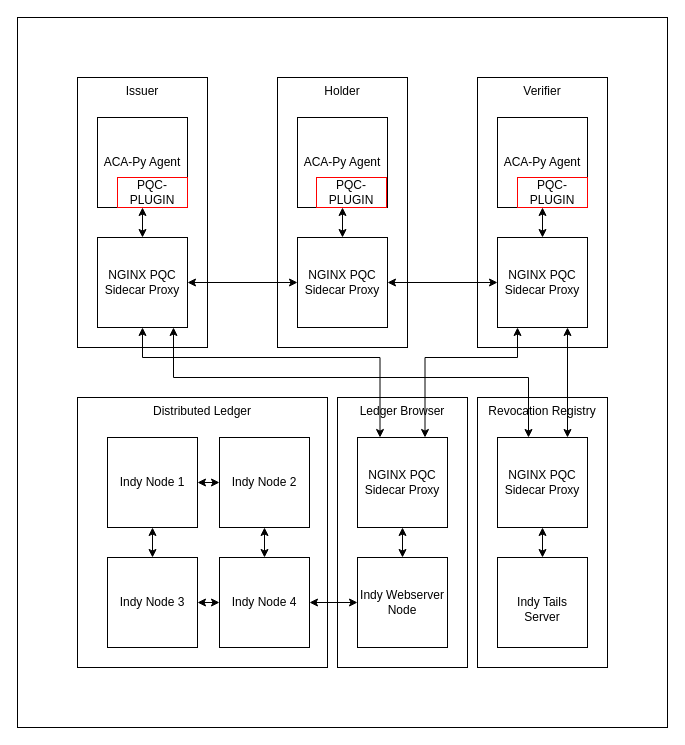
Above: abbildungen/Gesamtarchitektur_Iteration2.drawio in Rotot3x/MSc-Master-Thesis (draw.io), before the change. Source tidied: cells renumbered, new cells numbered last; positions are measured from the earlier drawing's top-left corner, leaving out a move shared by most shapes. Both pictures are drawn from the tidied source at 100%, with x=0, y=0 at pixel (17, 17).
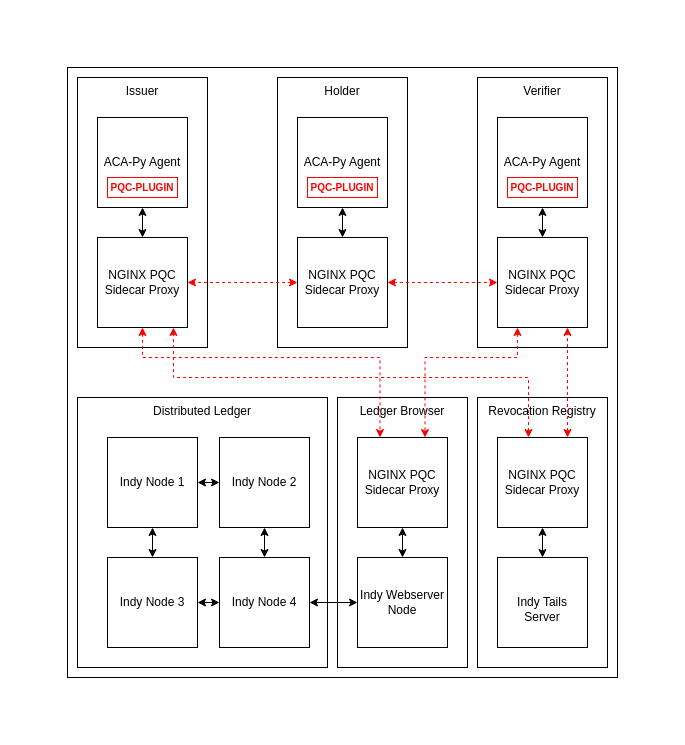
After the change.

Unchanged cells that the change refers to:
```xml
<mxCell id="17" value="NGINX PQC Sidecar Proxy" style="whiteSpace=wrap;html=1;" parent="1" vertex="1">
  <mxGeometry x="80" y="220" width="90" height="90" as="geometry" />
</mxCell>
<mxCell id="22" value="&lt;div&gt;NGINX PQC&lt;/div&gt;&lt;div&gt;Sidecar Proxy&lt;/div&gt;" style="whiteSpace=wrap;html=1;" parent="1" vertex="1">
  <mxGeometry x="480" y="220" width="90" height="90" as="geometry" />
</mxCell>
<mxCell id="28" value="&lt;div&gt;NGINX PQC&lt;/div&gt;&lt;div&gt;Sidecar Proxy&lt;/div&gt;" style="whiteSpace=wrap;html=1;" parent="1" vertex="1">
  <mxGeometry x="280" y="220" width="90" height="90" as="geometry" />
</mxCell>
<mxCell id="38" value="&lt;div&gt;NGINX PQC&lt;/div&gt;&lt;div&gt;Sidecar Proxy&lt;/div&gt;" style="whiteSpace=wrap;html=1;" parent="1" vertex="1">
  <mxGeometry x="340" y="420" width="90" height="90" as="geometry" />
</mxCell>
```

Diff of the diagram source:
```diff
@@
     <mxCell id="2" style="rounded=0;whiteSpace=wrap;html=1;" parent="1" vertex="1">
-      <mxGeometry width="650" height="710" as="geometry" />
+      <mxGeometry x="50" y="50" width="550" height="610" as="geometry" />
     </mxCell>
@@
-    <mxCell id="16" style="edgeStyle=orthogonalEdgeStyle;rounded=0;jettySize=auto;html=1;exitX=0.5;exitY=1;exitDx=0;exitDy=0;entryX=0.25;entryY=0;entryDx=0;entryDy=0;startArrow=classic;startFill=1;" parent="1" edge="1" source="17" target="38">
+    <mxCell id="16" style="edgeStyle=orthogonalEdgeStyle;rounded=0;jettySize=auto;html=1;exitX=0.5;exitY=1;exitDx=0;exitDy=0;entryX=0.25;entryY=0;entryDx=0;entryDy=0;startArrow=classic;startFill=1;dashed=1;strokeColor=#FF0000;" parent="1" edge="1" source="17" target="38">
       <mxGeometry relative="1" as="geometry">
         <Array as="points">
           <mxPoint x="125" y="340" />
           <mxPoint x="363" y="340" />
         </Array>
       </mxGeometry>
     </mxCell>
@@
-    <mxCell id="21" style="edgeStyle=orthogonalEdgeStyle;rounded=0;jettySize=auto;html=1;entryX=0.75;entryY=0;entryDx=0;entryDy=0;startArrow=classic;startFill=1;" parent="1" edge="1" source="22" target="38">
+    <mxCell id="21" style="edgeStyle=orthogonalEdgeStyle;rounded=0;jettySize=auto;html=1;entryX=0.75;entryY=0;entryDx=0;entryDy=0;startArrow=classic;startFill=1;dashed=1;strokeColor=#FF0000;" parent="1" edge="1" source="22" target="38">
       <mxGeometry relative="1" as="geometry">
         <Array as="points">
           <mxPoint x="500" y="340" />
           <mxPoint x="407" y="340" />
         </Array>
       </mxGeometry>
     </mxCell>
@@
-    <mxCell id="26" style="edgeStyle=orthogonalEdgeStyle;rounded=0;jettySize=auto;html=1;entryX=1;entryY=0.5;entryDx=0;entryDy=0;startArrow=classic;startFill=1;" parent="1" edge="1" source="28" target="17">
+    <mxCell id="26" style="edgeStyle=orthogonalEdgeStyle;rounded=0;jettySize=auto;html=1;entryX=1;entryY=0.5;entryDx=0;entryDy=0;startArrow=classic;startFill=1;dashed=1;strokeColor=#FF0000;" parent="1" edge="1" source="28" target="17">
       <mxGeometry relative="1" as="geometry" />
     </mxCell>
-    <mxCell id="27" style="edgeStyle=orthogonalEdgeStyle;rounded=0;jettySize=auto;html=1;exitX=1;exitY=0.5;exitDx=0;exitDy=0;entryX=0;entryY=0.5;entryDx=0;entryDy=0;startArrow=classic;startFill=1;" parent="1" edge="1" source="28" target="22">
+    <mxCell id="27" style="edgeStyle=orthogonalEdgeStyle;rounded=0;jettySize=auto;html=1;exitX=1;exitY=0.5;exitDx=0;exitDy=0;entryX=0;entryY=0.5;entryDx=0;entryDy=0;startArrow=classic;startFill=1;dashed=1;strokeColor=#FF0000;" parent="1" edge="1" source="28" target="22">
       <mxGeometry relative="1" as="geometry" />
     </mxCell>
@@
-    <mxCell id="30" style="edgeStyle=orthogonalEdgeStyle;rounded=0;orthogonalLoop=1;jettySize=auto;html=1;exitX=0.25;exitY=0;exitDx=0;exitDy=0;entryX=0.75;entryY=1;entryDx=0;entryDy=0;startArrow=classic;startFill=1;" parent="1" edge="1">
+    <mxCell id="30" style="edgeStyle=orthogonalEdgeStyle;rounded=0;orthogonalLoop=1;jettySize=auto;html=1;exitX=0.25;exitY=0;exitDx=0;exitDy=0;entryX=0.75;entryY=1;entryDx=0;entryDy=0;startArrow=classic;startFill=1;dashed=1;strokeColor=#FF0000;" parent="1" edge="1">
       <mxGeometry relative="1" as="geometry">
         <mxPoint x="511" y="420" as="sourcePoint" />
         <mxPoint x="156" y="310" as="targetPoint" />
         <Array as="points">
           <mxPoint x="511" y="360" />
           <mxPoint x="156" y="360" />
         </Array>
       </mxGeometry>
     </mxCell>
-    <mxCell id="31" style="edgeStyle=orthogonalEdgeStyle;rounded=0;orthogonalLoop=1;jettySize=auto;html=1;startArrow=classic;startFill=1;" parent="1" edge="1">
+    <mxCell id="31" style="edgeStyle=orthogonalEdgeStyle;rounded=0;orthogonalLoop=1;jettySize=auto;html=1;startArrow=classic;startFill=1;dashed=1;strokeColor=#FF0000;" parent="1" edge="1">
       <mxGeometry relative="1" as="geometry">
         <mxPoint x="550" y="420" as="sourcePoint" />
         <mxPoint x="550" y="310" as="targetPoint" />
       </mxGeometry>
     </mxCell>
@@
-    <mxCell id="39" value="PQC-PLUGIN" style="rounded=0;whiteSpace=wrap;html=1;strokeColor=#FF0000;" parent="1" vertex="1">
-      <mxGeometry x="100" y="160" width="70" height="30" as="geometry" />
+    <mxCell id="39" value="PQC-PLUGIN" style="rounded=0;whiteSpace=wrap;html=1;strokeColor=#FF0000;fontSize=10;fontStyle=1;fontColor=#FF0000;" parent="1" vertex="1">
+      <mxGeometry x="90" y="160" width="70" height="20" as="geometry" />
     </mxCell>
-    <mxCell id="40" value="PQC-PLUGIN" style="rounded=0;whiteSpace=wrap;html=1;strokeColor=#FF0000;" parent="1" vertex="1">
-      <mxGeometry x="299" y="160" width="70" height="30" as="geometry" />
+    <mxCell id="40" value="&lt;font style=&quot;font-size: 10px; color: light-dark(rgb(255, 0, 0), rgb(237, 237, 237));&quot;&gt;PQC-PLUGIN&lt;/font&gt;" style="rounded=0;whiteSpace=wrap;html=1;strokeColor=#FF0000;fontStyle=1;" parent="1" vertex="1">
+      <mxGeometry x="290" y="160" width="70" height="20" as="geometry" />
     </mxCell>
-    <mxCell id="41" value="PQC-PLUGIN" style="rounded=0;whiteSpace=wrap;html=1;strokeColor=#FF0000;" parent="1" vertex="1">
-      <mxGeometry x="500" y="160" width="70" height="30" as="geometry" />
+    <mxCell id="41" value="PQC-PLUGIN" style="rounded=0;whiteSpace=wrap;html=1;strokeColor=#FF0000;fontSize=10;fontStyle=1;fontColor=#FF0000;" parent="1" vertex="1">
+      <mxGeometry x="490" y="160" width="70" height="20" as="geometry" />
     </mxCell>
```
